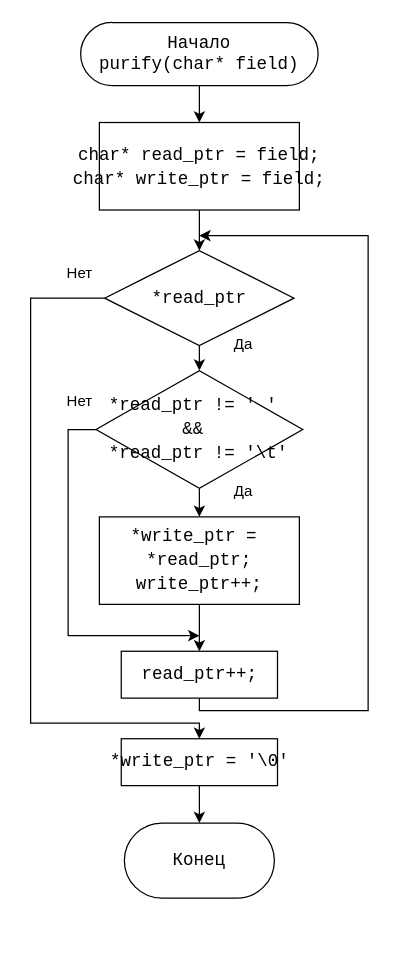
Before: Курсовая/Reports/purify.drawio in ZeroD1vision/Programming, a draw.io diagram. Source tidied: cells renumbered, new cells numbered last; positions are measured from the earlier drawing's top-left corner, leaving out a move shared by most shapes. Both pictures are drawn from the tidied source at 125%, with x=0, y=0 at pixel (30, 22).
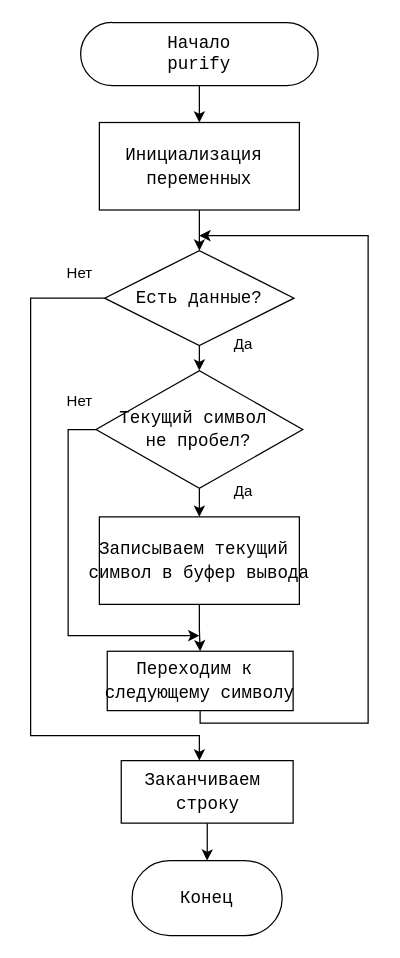
The same diagram, later.

What changed in the source:
```diff
@@
-    <mxCell id="3" value="&lt;font style=&quot;background-color: light-dark(#ffffff, var(--ge-dark-color, #121212)); color: rgb(0, 0, 0);&quot;&gt;Начало&lt;/font&gt;&lt;div&gt;&lt;div style=&quot;font-family: Consolas, &amp;quot;Courier New&amp;quot;, monospace; line-height: 19px; white-space: pre;&quot;&gt;&lt;span&gt;&lt;font style=&quot;color: rgb(0, 0, 0);&quot;&gt;&lt;span&gt;purify&lt;/span&gt;(&lt;span&gt;char*&lt;/span&gt; &lt;span&gt;field&lt;/span&gt;)&lt;/font&gt;&lt;/span&gt;&lt;/div&gt;&lt;/div&gt;" style="rounded=1;whiteSpace=wrap;html=1;arcSize=50;fontFamily=Consolas;fontSize=14;" parent="1" vertex="1">
+    <mxCell id="3" value="&lt;font style=&quot;background-color: light-dark(#ffffff, var(--ge-dark-color, #121212)); color: rgb(0, 0, 0);&quot;&gt;Начало&lt;/font&gt;&lt;div&gt;&lt;div style=&quot;font-family: Consolas, &amp;quot;Courier New&amp;quot;, monospace; line-height: 19px; white-space: pre;&quot;&gt;&lt;span&gt;&lt;font style=&quot;color: rgb(0, 0, 0);&quot;&gt;&lt;span&gt;purify&lt;/span&gt;&lt;/font&gt;&lt;/span&gt;&lt;/div&gt;&lt;/div&gt;" style="rounded=1;whiteSpace=wrap;html=1;arcSize=50;fontFamily=Consolas;fontSize=14;" parent="1" vertex="1">
       <mxGeometry x="40" y="-0.5" width="190" height="50.5" as="geometry" />
     </mxCell>
@@
-    <mxCell id="5" value="&lt;div style=&quot;font-family: Consolas, &amp;quot;Courier New&amp;quot;, monospace; line-height: 19px; white-space: pre;&quot;&gt;&lt;div style=&quot;&quot;&gt;&lt;div style=&quot;line-height: 19px;&quot;&gt;&lt;div style=&quot;&quot;&gt;&lt;span&gt;&lt;font style=&quot;color: rgb(0, 0, 0);&quot;&gt;char* read_ptr = field;&lt;/font&gt;&lt;/span&gt;&lt;/div&gt;&lt;div style=&quot;&quot;&gt;&lt;span&gt;&lt;font style=&quot;color: rgb(0, 0, 0);&quot;&gt;char* write_ptr = field;&lt;/font&gt;&lt;/span&gt;&lt;/div&gt;&lt;/div&gt;&lt;/div&gt;&lt;/div&gt;" style="whiteSpace=wrap;html=1;fontSize=14;fontFamily=Consolas;rounded=1;arcSize=0;" parent="1" vertex="1">
+    <mxCell id="5" value="&lt;div style=&quot;font-family: Consolas, &amp;quot;Courier New&amp;quot;, monospace; line-height: 19px; white-space: pre;&quot;&gt;&lt;div style=&quot;&quot;&gt;&lt;div style=&quot;line-height: 19px;&quot;&gt;&lt;div style=&quot;&quot;&gt;Инициализация &lt;/div&gt;&lt;div style=&quot;&quot;&gt;переменных&lt;/div&gt;&lt;/div&gt;&lt;/div&gt;&lt;/div&gt;" style="whiteSpace=wrap;html=1;fontSize=14;fontFamily=Consolas;rounded=1;arcSize=0;" parent="1" vertex="1">
       <mxGeometry x="55" y="79.5" width="160" height="70" as="geometry" />
     </mxCell>
@@
     <mxCell id="7" style="edgeStyle=orthogonalEdgeStyle;rounded=0;jettySize=auto;html=1;" parent="1" edge="1" source="8" target="21">
       <mxGeometry relative="1" as="geometry">
         <Array as="points">
           <mxPoint y="220" />
-          <mxPoint y="560" />
-          <mxPoint x="135" y="560" />
+          <mxPoint y="570" />
+          <mxPoint x="135" y="570" />
         </Array>
       </mxGeometry>
     </mxCell>
-    <mxCell id="8" value="&lt;div style=&quot;font-family: Consolas, &amp;quot;Courier New&amp;quot;, monospace; line-height: 19px; white-space: pre;&quot;&gt;&lt;div style=&quot;line-height: 19px;&quot;&gt;&lt;div style=&quot;line-height: 19px;&quot;&gt;&lt;div style=&quot;line-height: 19px;&quot;&gt;*read_ptr&lt;/div&gt;&lt;/div&gt;&lt;/div&gt;&lt;/div&gt;" style="rhombus;whiteSpace=wrap;html=1;rounded=1;strokeColor=default;align=center;verticalAlign=middle;arcSize=0;fontFamily=Consolas;fontSize=14;fontColor=default;fillColor=default;" parent="1" vertex="1">
+    <mxCell id="8" value="&lt;div style=&quot;font-family: Consolas, &amp;quot;Courier New&amp;quot;, monospace; line-height: 19px; white-space: pre;&quot;&gt;&lt;div style=&quot;line-height: 19px;&quot;&gt;&lt;div style=&quot;line-height: 19px;&quot;&gt;&lt;div style=&quot;line-height: 19px;&quot;&gt;Есть данные?&lt;/div&gt;&lt;/div&gt;&lt;/div&gt;&lt;/div&gt;" style="rhombus;whiteSpace=wrap;html=1;rounded=1;strokeColor=default;align=center;verticalAlign=middle;arcSize=0;fontFamily=Consolas;fontSize=14;fontColor=default;fillColor=default;" parent="1" vertex="1">
       <mxGeometry x="59.2" y="182" width="151.5" height="76" as="geometry" />
     </mxCell>
@@
-    <mxCell id="10" value="&lt;div style=&quot;font-family: Consolas, &amp;quot;Courier New&amp;quot;, monospace; line-height: 19px; white-space: pre;&quot;&gt;&lt;div style=&quot;&quot;&gt;&lt;div style=&quot;line-height: 19px;&quot;&gt;&lt;div style=&quot;&quot;&gt;&lt;div style=&quot;line-height: 19px;&quot;&gt;&lt;div style=&quot;&quot;&gt;&lt;span&gt;&lt;font style=&quot;color: rgb(0, 0, 0);&quot;&gt;*write_ptr = &lt;/font&gt;&lt;/span&gt;&lt;/div&gt;&lt;div style=&quot;&quot;&gt;&lt;span&gt;&lt;font style=&quot;color: rgb(0, 0, 0);&quot;&gt;*read_ptr&lt;/font&gt;&lt;/span&gt;&lt;span&gt;&lt;font style=&quot;color: rgb(0, 0, 0);&quot;&gt;;&lt;/font&gt;&lt;/span&gt;&lt;/div&gt;&lt;div style=&quot;&quot;&gt;&lt;span&gt;&lt;font style=&quot;color: rgb(0, 0, 0);&quot;&gt;write_ptr++;&lt;/font&gt;&lt;/span&gt;&lt;/div&gt;&lt;/div&gt;&lt;/div&gt;&lt;/div&gt;&lt;/div&gt;&lt;/div&gt;" style="whiteSpace=wrap;html=1;fontSize=14;fontFamily=Consolas;rounded=1;arcSize=0;" parent="1" vertex="1">
+    <mxCell id="10" value="&lt;div style=&quot;font-family: Consolas, &amp;quot;Courier New&amp;quot;, monospace; line-height: 19px; white-space: pre;&quot;&gt;&lt;div style=&quot;&quot;&gt;&lt;div style=&quot;line-height: 19px;&quot;&gt;&lt;div style=&quot;&quot;&gt;&lt;div style=&quot;line-height: 19px;&quot;&gt;&lt;div style=&quot;&quot;&gt;Записываем текущий &lt;/div&gt;&lt;div style=&quot;&quot;&gt;символ в буфер вывода&lt;/div&gt;&lt;/div&gt;&lt;/div&gt;&lt;/div&gt;&lt;/div&gt;&lt;/div&gt;" style="whiteSpace=wrap;html=1;fontSize=14;fontFamily=Consolas;rounded=1;arcSize=0;" parent="1" vertex="1">
       <mxGeometry x="55" y="395" width="160" height="70" as="geometry" />
     </mxCell>
@@
-    <mxCell id="13" value="&lt;div style=&quot;font-family: Consolas, &amp;quot;Courier New&amp;quot;, monospace; line-height: 19px; white-space: pre;&quot;&gt;&lt;div style=&quot;line-height: 19px;&quot;&gt;&lt;div style=&quot;line-height: 19px;&quot;&gt;&lt;div style=&quot;line-height: 19px;&quot;&gt;&lt;div style=&quot;line-height: 19px;&quot;&gt;&lt;span&gt;&lt;font style=&quot;color: rgb(0, 0, 0);&quot;&gt;*read_ptr != ' ' &lt;/font&gt;&lt;/span&gt;&lt;/div&gt;&lt;div style=&quot;line-height: 19px;&quot;&gt;&lt;span&gt;&lt;font style=&quot;color: rgb(0, 0, 0);&quot;&gt;&amp;amp;&amp;amp; &lt;/font&gt;&lt;/span&gt;&lt;/div&gt;&lt;div style=&quot;line-height: 19px;&quot;&gt;&lt;span&gt;&lt;font style=&quot;color: rgb(0, 0, 0);&quot;&gt;*read_ptr != '\t'&lt;/font&gt;&lt;/span&gt;&lt;/div&gt;&lt;/div&gt;&lt;/div&gt;&lt;/div&gt;&lt;/div&gt;" style="rhombus;whiteSpace=wrap;html=1;rounded=1;strokeColor=default;align=center;verticalAlign=middle;arcSize=0;fontFamily=Consolas;fontSize=14;fontColor=default;fillColor=default;" parent="1" vertex="1">
+    <mxCell id="13" value="&lt;div style=&quot;font-family: Consolas, &amp;quot;Courier New&amp;quot;, monospace; line-height: 19px; white-space: pre;&quot;&gt;&lt;div style=&quot;line-height: 19px;&quot;&gt;&lt;div style=&quot;line-height: 19px;&quot;&gt;&lt;div style=&quot;line-height: 19px;&quot;&gt;&lt;div style=&quot;line-height: 19px;&quot;&gt;Текущий символ &lt;/div&gt;&lt;div style=&quot;line-height: 19px;&quot;&gt;не пробел?&lt;/div&gt;&lt;/div&gt;&lt;/div&gt;&lt;/div&gt;&lt;/div&gt;" style="rhombus;whiteSpace=wrap;html=1;rounded=1;strokeColor=default;align=center;verticalAlign=middle;arcSize=0;fontFamily=Consolas;fontSize=14;fontColor=default;fillColor=default;" parent="1" vertex="1">
       <mxGeometry x="52.3" y="278" width="165.4" height="94.2" as="geometry" />
     </mxCell>
     <mxCell id="14" style="edgeStyle=orthogonalEdgeStyle;rounded=0;jettySize=auto;html=1;" parent="1" edge="1" source="15">
       <mxGeometry relative="1" as="geometry">
         <mxPoint x="135" y="170" as="targetPoint" />
         <Array as="points">
-          <mxPoint x="135" y="550" />
-          <mxPoint x="270" y="550" />
+          <mxPoint x="135" y="560" />
+          <mxPoint x="270" y="560" />
           <mxPoint x="270" y="170" />
         </Array>
       </mxGeometry>
     </mxCell>
-    <mxCell id="15" value="&lt;div style=&quot;font-family: Consolas, &amp;quot;Courier New&amp;quot;, monospace; line-height: 19px; white-space: pre;&quot;&gt;&lt;div style=&quot;&quot;&gt;&lt;div style=&quot;line-height: 19px;&quot;&gt;&lt;div style=&quot;&quot;&gt;&lt;div style=&quot;line-height: 19px;&quot;&gt;&lt;div style=&quot;&quot;&gt;&lt;div style=&quot;line-height: 19px;&quot;&gt;&lt;span&gt;&lt;font style=&quot;color: rgb(0, 0, 0);&quot;&gt;read_ptr++;&lt;/font&gt;&lt;/span&gt;&lt;/div&gt;&lt;/div&gt;&lt;/div&gt;&lt;/div&gt;&lt;/div&gt;&lt;/div&gt;&lt;/div&gt;" style="whiteSpace=wrap;html=1;fontSize=14;fontFamily=Consolas;rounded=1;arcSize=0;" parent="1" vertex="1">
-      <mxGeometry x="72.5" y="502.5" width="125" height="37.5" as="geometry" />
+    <mxCell id="15" value="&lt;div style=&quot;font-family: Consolas, &amp;quot;Courier New&amp;quot;, monospace; line-height: 19px; white-space: pre;&quot;&gt;&lt;div style=&quot;&quot;&gt;&lt;div style=&quot;line-height: 19px;&quot;&gt;&lt;div style=&quot;&quot;&gt;&lt;div style=&quot;line-height: 19px;&quot;&gt;&lt;div style=&quot;&quot;&gt;&lt;div style=&quot;line-height: 19px;&quot;&gt;Переходим к &lt;/div&gt;&lt;div style=&quot;line-height: 19px;&quot;&gt;следующему символу&lt;/div&gt;&lt;/div&gt;&lt;/div&gt;&lt;/div&gt;&lt;/div&gt;&lt;/div&gt;&lt;/div&gt;" style="whiteSpace=wrap;html=1;fontSize=14;fontFamily=Consolas;rounded=1;arcSize=0;" parent="1" vertex="1">
+      <mxGeometry x="61.3" y="502.5" width="148.7" height="47.5" as="geometry" />
     </mxCell>
@@
-    <mxCell id="21" value="&lt;div style=&quot;font-family: Consolas, &amp;quot;Courier New&amp;quot;, monospace; line-height: 19px; white-space: pre;&quot;&gt;&lt;span&gt;&lt;font style=&quot;color: rgb(0, 0, 0);&quot;&gt;*write_ptr = '\0'&lt;/font&gt;&lt;/span&gt;&lt;/div&gt;" style="whiteSpace=wrap;html=1;fontSize=14;fontFamily=Consolas;rounded=1;arcSize=0;" parent="1" vertex="1">
-      <mxGeometry x="72.5" y="572.5" width="125" height="37.5" as="geometry" />
+    <mxCell id="21" value="&lt;div style=&quot;font-family: Consolas, &amp;quot;Courier New&amp;quot;, monospace; line-height: 19px; white-space: pre;&quot;&gt;Заканчиваем &lt;/div&gt;&lt;div style=&quot;font-family: Consolas, &amp;quot;Courier New&amp;quot;, monospace; line-height: 19px; white-space: pre;&quot;&gt;строку&lt;/div&gt;" style="whiteSpace=wrap;html=1;fontSize=14;fontFamily=Consolas;rounded=1;arcSize=0;" parent="1" vertex="1">
+      <mxGeometry x="72.5" y="590" width="137.5" height="50" as="geometry" />
     </mxCell>
     <mxCell id="22" value="Конец" style="whiteSpace=wrap;html=1;fontSize=14;fontFamily=Consolas;rounded=1;arcSize=50;" parent="1" vertex="1">
-      <mxGeometry x="75" y="640" width="120" height="60" as="geometry" />
+      <mxGeometry x="81.2" y="670" width="120" height="60" as="geometry" />
     </mxCell>
```
